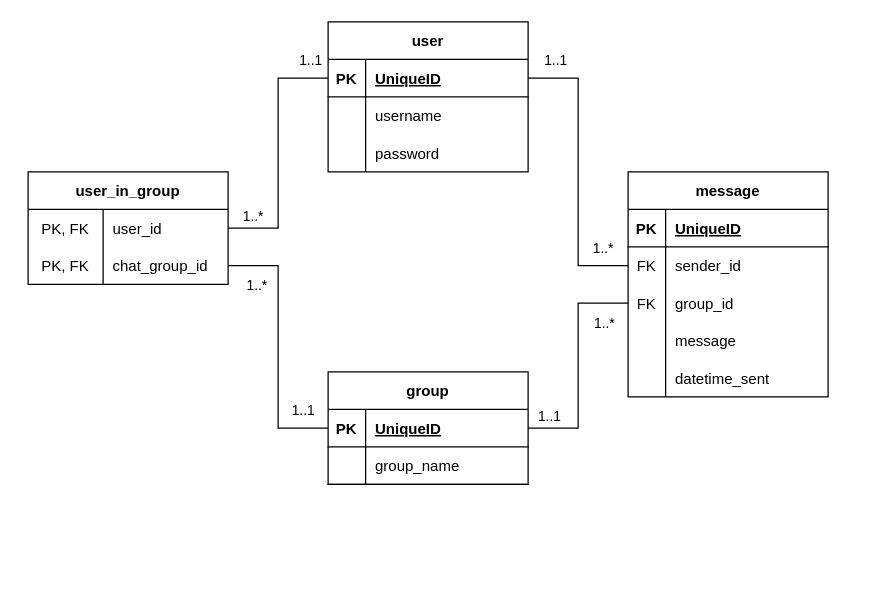
Earlier version of the draw.io diagram diagrams/databaseDiagram.drawio (kristiania-pgr209-2022/pg209exam-nime003). Source tidied: cells renumbered, new cells numbered last; positions are measured from the earlier drawing's top-left corner, leaving out a move shared by most shapes. Both pictures are drawn from the tidied source at 125%, with x=0, y=0 at pixel (28, 21).
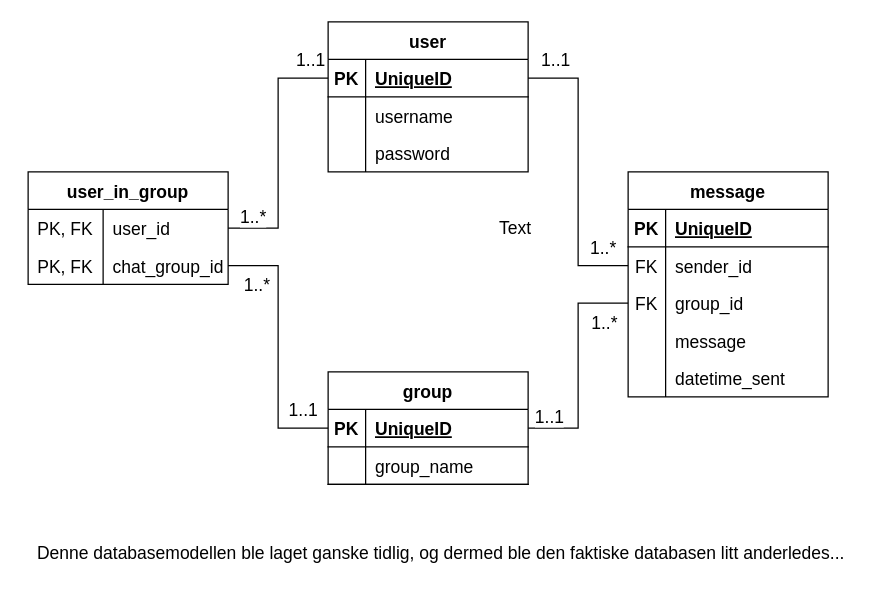
The same page after the edit.

Change to the diagram source:
```diff
@@
-    <mxCell id="2" value="user" style="shape=table;startSize=30;childLayout=tableLayout;rowLines=0;fontStyle=1;align=center;" parent="1" vertex="1">
+    <mxCell id="2" value="user" style="shape=table;startSize=30;childLayout=tableLayout;rowLines=0;fontStyle=1;align=center;fontSize=14;" parent="1" vertex="1">
       <mxGeometry x="240" width="160" height="120" as="geometry" />
     </mxCell>
-    <mxCell id="3" style="shape=tableRow;horizontal=0;startSize=0;swimlaneHead=0;swimlaneBody=0;fillColor=none;points=[[0,0.5],[1,0.5]];portConstraint=eastwest;top=0;left=0;right=0;bottom=1;" parent="2" vertex="1">
+    <mxCell id="3" style="shape=tableRow;horizontal=0;startSize=0;swimlaneHead=0;swimlaneBody=0;fillColor=none;points=[[0,0.5],[1,0.5]];portConstraint=eastwest;top=0;left=0;right=0;bottom=1;fontSize=14;" parent="2" vertex="1">
       <mxGeometry y="30" width="160" height="30" as="geometry" />
     </mxCell>
-    <mxCell id="4" value="PK" style="shape=partialRectangle;fillColor=none;top=0;left=0;bottom=0;right=0;fontStyle=1;overflow=hidden;" parent="3" vertex="1">
+    <mxCell id="4" value="PK" style="shape=partialRectangle;fillColor=none;top=0;left=0;bottom=0;right=0;fontStyle=1;overflow=hidden;fontSize=14;" parent="3" vertex="1">
       <mxGeometry width="30" height="30" as="geometry" />
     </mxCell>
-    <mxCell id="5" value="UniqueID" style="shape=partialRectangle;fillColor=none;top=0;left=0;bottom=0;right=0;align=left;spacingLeft=6;fontStyle=5;overflow=hidden;" parent="3" vertex="1">
+    <mxCell id="5" value="UniqueID" style="shape=partialRectangle;fillColor=none;top=0;left=0;bottom=0;right=0;align=left;spacingLeft=6;fontStyle=5;overflow=hidden;fontSize=14;" parent="3" vertex="1">
       <mxGeometry x="30" width="130" height="30" as="geometry" />
     </mxCell>
-    <mxCell id="6" style="shape=tableRow;horizontal=0;startSize=0;swimlaneHead=0;swimlaneBody=0;fillColor=none;top=0;left=0;right=0;bottom=0;" parent="2" vertex="1">
+    <mxCell id="6" style="shape=tableRow;horizontal=0;startSize=0;swimlaneHead=0;swimlaneBody=0;fillColor=none;top=0;left=0;right=0;bottom=0;fontSize=14;" parent="2" vertex="1">
       <mxGeometry y="60" width="160" height="30" as="geometry" />
     </mxCell>
-    <mxCell id="7" style="shape=partialRectangle;fillColor=none;top=0;left=0;bottom=0;right=0;overflow=hidden;" parent="6" vertex="1">
+    <mxCell id="7" style="shape=partialRectangle;fillColor=none;top=0;left=0;bottom=0;right=0;overflow=hidden;fontSize=14;" parent="6" vertex="1">
       <mxGeometry width="30" height="30" as="geometry" />
     </mxCell>
-    <mxCell id="8" value="username" style="shape=partialRectangle;fillColor=none;top=0;left=0;bottom=0;right=0;align=left;spacingLeft=6;overflow=hidden;" parent="6" vertex="1">
+    <mxCell id="8" value="username" style="shape=partialRectangle;fillColor=none;top=0;left=0;bottom=0;right=0;align=left;spacingLeft=6;overflow=hidden;fontSize=14;" parent="6" vertex="1">
       <mxGeometry x="30" width="130" height="30" as="geometry" />
     </mxCell>
-    <mxCell id="9" style="shape=tableRow;horizontal=0;startSize=0;swimlaneHead=0;swimlaneBody=0;fillColor=none;top=0;left=0;right=0;bottom=0;" parent="2" vertex="1">
+    <mxCell id="9" style="shape=tableRow;horizontal=0;startSize=0;swimlaneHead=0;swimlaneBody=0;fillColor=none;top=0;left=0;right=0;bottom=0;fontSize=14;" parent="2" vertex="1">
       <mxGeometry y="90" width="160" height="30" as="geometry" />
     </mxCell>
-    <mxCell id="10" style="shape=partialRectangle;fillColor=none;top=0;left=0;bottom=0;right=0;overflow=hidden;" parent="9" vertex="1">
+    <mxCell id="10" style="shape=partialRectangle;fillColor=none;top=0;left=0;bottom=0;right=0;overflow=hidden;fontSize=14;" parent="9" vertex="1">
       <mxGeometry width="30" height="30" as="geometry" />
     </mxCell>
-    <mxCell id="11" value="password" style="shape=partialRectangle;fillColor=none;top=0;left=0;bottom=0;right=0;align=left;spacingLeft=6;overflow=hidden;" parent="9" vertex="1">
+    <mxCell id="11" value="password" style="shape=partialRectangle;fillColor=none;top=0;left=0;bottom=0;right=0;align=left;spacingLeft=6;overflow=hidden;fontSize=14;" parent="9" vertex="1">
       <mxGeometry x="30" width="130" height="30" as="geometry" />
     </mxCell>
-    <mxCell id="12" style="edgeStyle=elbowEdgeStyle;rounded=0;jettySize=auto;html=1;entryX=0;entryY=0.5;entryDx=0;entryDy=0;endArrow=none;endFill=0;exitX=1;exitY=0.5;exitDx=0;exitDy=0;" parent="1" edge="1" source="16" target="29">
+    <mxCell id="12" style="edgeStyle=elbowEdgeStyle;rounded=0;jettySize=auto;html=1;entryX=0;entryY=0.5;entryDx=0;entryDy=0;endArrow=none;endFill=0;exitX=1;exitY=0.5;exitDx=0;exitDy=0;fontSize=14;" parent="1" edge="1" source="16" target="29">
       <mxGeometry relative="1" as="geometry">
         <Array as="points">
           <mxPoint x="440" y="310" />
         </Array>
       </mxGeometry>
     </mxCell>
-    <mxCell id="13" value="1..*" style="edgeLabel;html=1;align=center;verticalAlign=middle;" parent="12" vertex="1">
+    <mxCell id="13" value="1..*" style="edgeLabel;html=1;align=center;verticalAlign=middle;fontSize=14;" parent="12" vertex="1">
       <mxGeometry x="0.7" relative="1" as="geometry">
         <mxPoint x="7" y="15" as="offset" />
       </mxGeometry>
     </mxCell>
-    <mxCell id="14" value="1..1" style="edgeLabel;html=1;align=center;verticalAlign=middle;" parent="12" vertex="1">
+    <mxCell id="14" value="1..1" style="edgeLabel;html=1;align=center;verticalAlign=middle;fontSize=14;" parent="12" vertex="1">
       <mxGeometry x="-0.82" y="1" relative="1" as="geometry">
         <mxPoint y="-9" as="offset" />
       </mxGeometry>
     </mxCell>
-    <mxCell id="15" value="group" style="shape=table;startSize=30;childLayout=tableLayout;rowLines=0;fontStyle=1;align=center;" parent="1" vertex="1">
+    <mxCell id="15" value="group" style="shape=table;startSize=30;childLayout=tableLayout;rowLines=0;fontStyle=1;align=center;fontSize=14;" parent="1" vertex="1">
       <mxGeometry x="240" y="280" width="160" height="90" as="geometry" />
     </mxCell>
-    <mxCell id="16" style="shape=tableRow;horizontal=0;startSize=0;swimlaneHead=0;swimlaneBody=0;fillColor=none;points=[[0,0.5],[1,0.5]];portConstraint=eastwest;top=0;left=0;right=0;bottom=1;" parent="15" vertex="1">
+    <mxCell id="16" style="shape=tableRow;horizontal=0;startSize=0;swimlaneHead=0;swimlaneBody=0;fillColor=none;points=[[0,0.5],[1,0.5]];portConstraint=eastwest;top=0;left=0;right=0;bottom=1;fontSize=14;" parent="15" vertex="1">
       <mxGeometry y="30" width="160" height="30" as="geometry" />
     </mxCell>
-    <mxCell id="17" value="PK" style="shape=partialRectangle;fillColor=none;top=0;left=0;bottom=0;right=0;fontStyle=1;overflow=hidden;" parent="16" vertex="1">
+    <mxCell id="17" value="PK" style="shape=partialRectangle;fillColor=none;top=0;left=0;bottom=0;right=0;fontStyle=1;overflow=hidden;fontSize=14;" parent="16" vertex="1">
       <mxGeometry width="30" height="30" as="geometry" />
     </mxCell>
-    <mxCell id="18" value="UniqueID" style="shape=partialRectangle;fillColor=none;top=0;left=0;bottom=0;right=0;align=left;spacingLeft=6;fontStyle=5;overflow=hidden;" parent="16" vertex="1">
+    <mxCell id="18" value="UniqueID" style="shape=partialRectangle;fillColor=none;top=0;left=0;bottom=0;right=0;align=left;spacingLeft=6;fontStyle=5;overflow=hidden;fontSize=14;" parent="16" vertex="1">
       <mxGeometry x="30" width="130" height="30" as="geometry" />
     </mxCell>
-    <mxCell id="19" style="shape=tableRow;horizontal=0;startSize=0;swimlaneHead=0;swimlaneBody=0;fillColor=none;top=0;left=0;right=0;bottom=1;" parent="15" vertex="1">
+    <mxCell id="19" style="shape=tableRow;horizontal=0;startSize=0;swimlaneHead=0;swimlaneBody=0;fillColor=none;top=0;left=0;right=0;bottom=1;fontSize=14;" parent="15" vertex="1">
       <mxGeometry y="60" width="160" height="30" as="geometry" />
     </mxCell>
-    <mxCell id="20" style="shape=partialRectangle;fillColor=none;top=0;left=0;bottom=0;right=0;fontStyle=1;overflow=hidden;" parent="19" vertex="1">
+    <mxCell id="20" style="shape=partialRectangle;fillColor=none;top=0;left=0;bottom=0;right=0;fontStyle=1;overflow=hidden;fontSize=14;" parent="19" vertex="1">
       <mxGeometry width="30" height="30" as="geometry" />
     </mxCell>
-    <mxCell id="21" value="group_name" style="shape=partialRectangle;fillColor=none;top=0;left=0;bottom=0;right=0;align=left;spacingLeft=6;fontStyle=0;overflow=hidden;" parent="19" vertex="1">
+    <mxCell id="21" value="group_name" style="shape=partialRectangle;fillColor=none;top=0;left=0;bottom=0;right=0;align=left;spacingLeft=6;fontStyle=0;overflow=hidden;fontSize=14;" parent="19" vertex="1">
       <mxGeometry x="30" width="130" height="30" as="geometry" />
     </mxCell>
-    <mxCell id="22" value="message" style="shape=table;startSize=30;childLayout=tableLayout;rowLines=0;fontStyle=1;align=center;" parent="1" vertex="1">
+    <mxCell id="22" value="message" style="shape=table;startSize=30;childLayout=tableLayout;rowLines=0;fontStyle=1;align=center;fontSize=14;" parent="1" vertex="1">
       <mxGeometry x="480" y="120" width="160" height="180" as="geometry" />
     </mxCell>
-    <mxCell id="23" style="shape=tableRow;horizontal=0;startSize=0;swimlaneHead=0;swimlaneBody=0;fillColor=none;top=0;left=0;right=0;bottom=1;" parent="22" vertex="1">
+    <mxCell id="23" style="shape=tableRow;horizontal=0;startSize=0;swimlaneHead=0;swimlaneBody=0;fillColor=none;top=0;left=0;right=0;bottom=1;fontSize=14;" parent="22" vertex="1">
       <mxGeometry y="30" width="160" height="30" as="geometry" />
     </mxCell>
-    <mxCell id="24" value="PK" style="shape=partialRectangle;fillColor=none;top=0;left=0;bottom=0;right=0;fontStyle=1;overflow=hidden;" parent="23" vertex="1">
+    <mxCell id="24" value="PK" style="shape=partialRectangle;fillColor=none;top=0;left=0;bottom=0;right=0;fontStyle=1;overflow=hidden;fontSize=14;" parent="23" vertex="1">
       <mxGeometry width="30" height="30" as="geometry" />
     </mxCell>
-    <mxCell id="25" value="UniqueID" style="shape=partialRectangle;fillColor=none;top=0;left=0;bottom=0;right=0;align=left;spacingLeft=6;fontStyle=5;overflow=hidden;" parent="23" vertex="1">
+    <mxCell id="25" value="UniqueID" style="shape=partialRectangle;fillColor=none;top=0;left=0;bottom=0;right=0;align=left;spacingLeft=6;fontStyle=5;overflow=hidden;fontSize=14;" parent="23" vertex="1">
       <mxGeometry x="30" width="130" height="30" as="geometry" />
     </mxCell>
-    <mxCell id="26" style="shape=tableRow;horizontal=0;startSize=0;swimlaneHead=0;swimlaneBody=0;fillColor=none;points=[[0,0.5],[1,0.5]];portConstraint=eastwest;top=0;left=0;right=0;bottom=0;" parent="22" vertex="1">
+    <mxCell id="26" style="shape=tableRow;horizontal=0;startSize=0;swimlaneHead=0;swimlaneBody=0;fillColor=none;points=[[0,0.5],[1,0.5]];portConstraint=eastwest;top=0;left=0;right=0;bottom=0;fontSize=14;" parent="22" vertex="1">
       <mxGeometry y="60" width="160" height="30" as="geometry" />
     </mxCell>
-    <mxCell id="27" value="FK" style="shape=partialRectangle;fillColor=none;top=0;left=0;bottom=0;right=0;overflow=hidden;" parent="26" vertex="1">
+    <mxCell id="27" value="FK" style="shape=partialRectangle;fillColor=none;top=0;left=0;bottom=0;right=0;overflow=hidden;fontSize=14;" parent="26" vertex="1">
       <mxGeometry width="30" height="30" as="geometry" />
     </mxCell>
-    <mxCell id="28" value="sender_id" style="shape=partialRectangle;fillColor=none;top=0;left=0;bottom=0;right=0;align=left;spacingLeft=6;overflow=hidden;" parent="26" vertex="1">
+    <mxCell id="28" value="sender_id" style="shape=partialRectangle;fillColor=none;top=0;left=0;bottom=0;right=0;align=left;spacingLeft=6;overflow=hidden;fontSize=14;" parent="26" vertex="1">
       <mxGeometry x="30" width="130" height="30" as="geometry" />
     </mxCell>
-    <mxCell id="29" style="shape=tableRow;horizontal=0;startSize=0;swimlaneHead=0;swimlaneBody=0;fillColor=none;points=[[0,0.5],[1,0.5]];portConstraint=eastwest;top=0;left=0;right=0;bottom=0;" parent="22" vertex="1">
+    <mxCell id="29" style="shape=tableRow;horizontal=0;startSize=0;swimlaneHead=0;swimlaneBody=0;fillColor=none;points=[[0,0.5],[1,0.5]];portConstraint=eastwest;top=0;left=0;right=0;bottom=0;fontSize=14;" parent="22" vertex="1">
       <mxGeometry y="90" width="160" height="30" as="geometry" />
     </mxCell>
-    <mxCell id="30" value="FK" style="shape=partialRectangle;fillColor=none;top=0;left=0;bottom=0;right=0;overflow=hidden;" parent="29" vertex="1">
+    <mxCell id="30" value="FK" style="shape=partialRectangle;fillColor=none;top=0;left=0;bottom=0;right=0;overflow=hidden;fontSize=14;" parent="29" vertex="1">
       <mxGeometry width="30" height="30" as="geometry" />
     </mxCell>
-    <mxCell id="31" value="group_id" style="shape=partialRectangle;fillColor=none;top=0;left=0;bottom=0;right=0;align=left;spacingLeft=6;overflow=hidden;" parent="29" vertex="1">
+    <mxCell id="31" value="group_id" style="shape=partialRectangle;fillColor=none;top=0;left=0;bottom=0;right=0;align=left;spacingLeft=6;overflow=hidden;fontSize=14;" parent="29" vertex="1">
       <mxGeometry x="30" width="130" height="30" as="geometry" />
     </mxCell>
-    <mxCell id="32" style="shape=tableRow;horizontal=0;startSize=0;swimlaneHead=0;swimlaneBody=0;fillColor=none;top=0;left=0;right=0;bottom=0;" parent="22" vertex="1">
+    <mxCell id="32" style="shape=tableRow;horizontal=0;startSize=0;swimlaneHead=0;swimlaneBody=0;fillColor=none;top=0;left=0;right=0;bottom=0;fontSize=14;" parent="22" vertex="1">
       <mxGeometry y="120" width="160" height="30" as="geometry" />
     </mxCell>
-    <mxCell id="33" style="shape=partialRectangle;fillColor=none;top=0;left=0;bottom=0;right=0;overflow=hidden;" parent="32" vertex="1">
+    <mxCell id="33" style="shape=partialRectangle;fillColor=none;top=0;left=0;bottom=0;right=0;overflow=hidden;fontSize=14;" parent="32" vertex="1">
       <mxGeometry width="30" height="30" as="geometry" />
     </mxCell>
-    <mxCell id="34" value="message" style="shape=partialRectangle;fillColor=none;top=0;left=0;bottom=0;right=0;align=left;spacingLeft=6;overflow=hidden;" parent="32" vertex="1">
+    <mxCell id="34" value="message" style="shape=partialRectangle;fillColor=none;top=0;left=0;bottom=0;right=0;align=left;spacingLeft=6;overflow=hidden;fontSize=14;" parent="32" vertex="1">
       <mxGeometry x="30" width="130" height="30" as="geometry" />
     </mxCell>
-    <mxCell id="35" style="shape=tableRow;horizontal=0;startSize=0;swimlaneHead=0;swimlaneBody=0;fillColor=none;top=0;left=0;right=0;bottom=0;" parent="22" vertex="1">
+    <mxCell id="35" style="shape=tableRow;horizontal=0;startSize=0;swimlaneHead=0;swimlaneBody=0;fillColor=none;top=0;left=0;right=0;bottom=0;fontSize=14;" parent="22" vertex="1">
       <mxGeometry y="150" width="160" height="30" as="geometry" />
     </mxCell>
-    <mxCell id="36" style="shape=partialRectangle;fillColor=none;top=0;left=0;bottom=0;right=0;overflow=hidden;" parent="35" vertex="1">
+    <mxCell id="36" style="shape=partialRectangle;fillColor=none;top=0;left=0;bottom=0;right=0;overflow=hidden;fontSize=14;" parent="35" vertex="1">
       <mxGeometry width="30" height="30" as="geometry" />
     </mxCell>
-    <mxCell id="37" value="datetime_sent" style="shape=partialRectangle;fillColor=none;top=0;left=0;bottom=0;right=0;align=left;spacingLeft=6;overflow=hidden;" parent="35" vertex="1">
+    <mxCell id="37" value="datetime_sent" style="shape=partialRectangle;fillColor=none;top=0;left=0;bottom=0;right=0;align=left;spacingLeft=6;overflow=hidden;fontSize=14;" parent="35" vertex="1">
       <mxGeometry x="30" width="130" height="30" as="geometry" />
     </mxCell>
-    <mxCell id="38" value="user_in_group" style="shape=table;startSize=30;childLayout=tableLayout;rowLines=0;fontStyle=1;align=center;" parent="1" vertex="1">
+    <mxCell id="38" value="user_in_group" style="shape=table;startSize=30;childLayout=tableLayout;rowLines=0;fontStyle=1;align=center;fontSize=14;" parent="1" vertex="1">
       <mxGeometry y="120" width="160" height="90" as="geometry" />
     </mxCell>
-    <mxCell id="39" style="shape=tableRow;horizontal=0;startSize=0;swimlaneHead=0;swimlaneBody=0;fillColor=none;points=[[0,0.5],[1,0.5]];portConstraint=eastwest;top=0;left=0;right=0;bottom=0;" parent="38" vertex="1">
+    <mxCell id="39" style="shape=tableRow;horizontal=0;startSize=0;swimlaneHead=0;swimlaneBody=0;fillColor=none;points=[[0,0.5],[1,0.5]];portConstraint=eastwest;top=0;left=0;right=0;bottom=0;fontSize=14;" parent="38" vertex="1">
       <mxGeometry y="30" width="160" height="30" as="geometry" />
     </mxCell>
-    <mxCell id="40" value="PK, FK" style="shape=partialRectangle;fillColor=none;top=0;left=0;bottom=0;right=0;overflow=hidden;" parent="39" vertex="1">
+    <mxCell id="40" value="PK, FK" style="shape=partialRectangle;fillColor=none;top=0;left=0;bottom=0;right=0;overflow=hidden;fontSize=14;" parent="39" vertex="1">
       <mxGeometry width="60" height="30" as="geometry" />
     </mxCell>
-    <mxCell id="41" value="user_id" style="shape=partialRectangle;fillColor=none;top=0;left=0;bottom=0;right=0;align=left;spacingLeft=6;overflow=hidden;" parent="39" vertex="1">
+    <mxCell id="41" value="user_id" style="shape=partialRectangle;fillColor=none;top=0;left=0;bottom=0;right=0;align=left;spacingLeft=6;overflow=hidden;fontSize=14;" parent="39" vertex="1">
       <mxGeometry x="60" width="100" height="30" as="geometry" />
     </mxCell>
-    <mxCell id="42" style="shape=tableRow;horizontal=0;startSize=0;swimlaneHead=0;swimlaneBody=0;fillColor=none;points=[[0,0.5],[1,0.5]];portConstraint=eastwest;top=0;left=0;right=0;bottom=0;" parent="38" vertex="1">
+    <mxCell id="42" style="shape=tableRow;horizontal=0;startSize=0;swimlaneHead=0;swimlaneBody=0;fillColor=none;points=[[0,0.5],[1,0.5]];portConstraint=eastwest;top=0;left=0;right=0;bottom=0;fontSize=14;" parent="38" vertex="1">
       <mxGeometry y="60" width="160" height="30" as="geometry" />
     </mxCell>
-    <mxCell id="43" value="PK, FK" style="shape=partialRectangle;fillColor=none;top=0;left=0;bottom=0;right=0;overflow=hidden;" parent="42" vertex="1">
+    <mxCell id="43" value="PK, FK" style="shape=partialRectangle;fillColor=none;top=0;left=0;bottom=0;right=0;overflow=hidden;fontSize=14;" parent="42" vertex="1">
       <mxGeometry width="60" height="30" as="geometry" />
     </mxCell>
-    <mxCell id="44" value="chat_group_id" style="shape=partialRectangle;fillColor=none;top=0;left=0;bottom=0;right=0;align=left;spacingLeft=6;overflow=hidden;" parent="42" vertex="1">
+    <mxCell id="44" value="chat_group_id" style="shape=partialRectangle;fillColor=none;top=0;left=0;bottom=0;right=0;align=left;spacingLeft=6;overflow=hidden;fontSize=14;" parent="42" vertex="1">
       <mxGeometry x="60" width="100" height="30" as="geometry" />
     </mxCell>
-    <mxCell id="45" style="edgeStyle=elbowEdgeStyle;rounded=0;jettySize=auto;html=1;exitX=0;exitY=0.5;exitDx=0;exitDy=0;entryX=1;entryY=0.5;entryDx=0;entryDy=0;endArrow=none;endFill=0;" parent="1" edge="1" source="3" target="39">
+    <mxCell id="45" style="edgeStyle=elbowEdgeStyle;rounded=0;jettySize=auto;html=1;exitX=0;exitY=0.5;exitDx=0;exitDy=0;entryX=1;entryY=0.5;entryDx=0;entryDy=0;endArrow=none;endFill=0;fontSize=14;" parent="1" edge="1" source="3" target="39">
       <mxGeometry relative="1" as="geometry">
         <Array as="points">
           <mxPoint x="200" y="110" />
           <mxPoint x="150" y="90" />
           <mxPoint x="120" y="95" />
         </Array>
       </mxGeometry>
     </mxCell>
-    <mxCell id="46" value="1..*" style="edgeLabel;html=1;align=center;verticalAlign=middle;" parent="45" vertex="1">
+    <mxCell id="46" value="1..*" style="edgeLabel;html=1;align=center;verticalAlign=middle;fontSize=14;" parent="45" vertex="1">
       <mxGeometry x="0.88" y="-1" relative="1" as="geometry">
         <mxPoint x="7" y="-9" as="offset" />
       </mxGeometry>
     </mxCell>
-    <mxCell id="47" value="1..1" style="edgeLabel;html=1;align=center;verticalAlign=middle;" parent="45" vertex="1">
+    <mxCell id="47" value="1..1" style="edgeLabel;html=1;align=center;verticalAlign=middle;fontSize=14;" parent="45" vertex="1">
       <mxGeometry x="-0.85" relative="1" as="geometry">
         <mxPoint y="-15" as="offset" />
       </mxGeometry>
     </mxCell>
-    <mxCell id="48" style="edgeStyle=elbowEdgeStyle;rounded=0;jettySize=auto;html=1;endArrow=none;endFill=0;exitX=0;exitY=0.5;exitDx=0;exitDy=0;entryX=1;entryY=0.5;entryDx=0;entryDy=0;" parent="1" edge="1" source="16" target="42">
+    <mxCell id="48" style="edgeStyle=elbowEdgeStyle;rounded=0;jettySize=auto;html=1;endArrow=none;endFill=0;exitX=0;exitY=0.5;exitDx=0;exitDy=0;entryX=1;entryY=0.5;entryDx=0;entryDy=0;fontSize=14;" parent="1" edge="1" source="16" target="42">
       <mxGeometry relative="1" as="geometry">
         <Array as="points">
           <mxPoint x="200" y="270" />
         </Array>
       </mxGeometry>
     </mxCell>
-    <mxCell id="49" value="1..*" style="edgeLabel;html=1;align=center;verticalAlign=middle;" parent="48" vertex="1">
+    <mxCell id="49" value="1..*" style="edgeLabel;html=1;align=center;verticalAlign=middle;fontSize=14;" parent="48" vertex="1">
       <mxGeometry x="0.79" y="1" relative="1" as="geometry">
         <mxPoint y="14" as="offset" />
       </mxGeometry>
     </mxCell>
-    <mxCell id="50" value="1..1" style="edgeLabel;html=1;align=center;verticalAlign=middle;" parent="48" vertex="1">
+    <mxCell id="50" value="1..1" style="edgeLabel;html=1;align=center;verticalAlign=middle;fontSize=14;" parent="48" vertex="1">
       <mxGeometry x="-0.78" y="-2" relative="1" as="geometry">
         <mxPoint x="2" y="-13" as="offset" />
       </mxGeometry>
     </mxCell>
-    <mxCell id="51" style="edgeStyle=elbowEdgeStyle;rounded=0;jettySize=auto;html=1;exitX=1;exitY=0.5;exitDx=0;exitDy=0;entryX=0;entryY=0.5;entryDx=0;entryDy=0;endArrow=none;endFill=0;" parent="1" edge="1" source="3" target="26">
+    <mxCell id="51" style="edgeStyle=elbowEdgeStyle;rounded=0;jettySize=auto;html=1;exitX=1;exitY=0.5;exitDx=0;exitDy=0;entryX=0;entryY=0.5;entryDx=0;entryDy=0;endArrow=none;endFill=0;fontSize=14;" parent="1" edge="1" source="3" target="26">
       <mxGeometry relative="1" as="geometry" />
     </mxCell>
-    <mxCell id="52" value="1..1" style="edgeLabel;html=1;align=center;verticalAlign=middle;" parent="51" vertex="1">
+    <mxCell id="52" value="1..1" style="edgeLabel;html=1;align=center;verticalAlign=middle;fontSize=14;" parent="51" vertex="1">
       <mxGeometry x="-0.89" y="-1" relative="1" as="geometry">
         <mxPoint x="8" y="-16" as="offset" />
       </mxGeometry>
     </mxCell>
-    <mxCell id="53" value="1..*" style="edgeLabel;html=1;align=center;verticalAlign=middle;" parent="51" vertex="1">
+    <mxCell id="53" value="1..*" style="edgeLabel;html=1;align=center;verticalAlign=middle;fontSize=14;" parent="51" vertex="1">
       <mxGeometry x="0.76" y="1" relative="1" as="geometry">
         <mxPoint x="7" y="-14" as="offset" />
       </mxGeometry>
     </mxCell>
-    <mxCell id="54" style="edgeStyle=elbowEdgeStyle;rounded=0;orthogonalLoop=1;jettySize=auto;html=1;exitX=0.25;exitY=0;exitDx=0;exitDy=0;endArrow=none;endFill=0;" parent="1" edge="1" source="2" target="2">
+    <mxCell id="54" style="edgeStyle=elbowEdgeStyle;rounded=0;orthogonalLoop=1;jettySize=auto;html=1;exitX=0.25;exitY=0;exitDx=0;exitDy=0;endArrow=none;endFill=0;fontSize=14;" parent="1" edge="1" source="2" target="2">
       <mxGeometry relative="1" as="geometry" />
     </mxCell>
+    <mxCell id="55" value="Text" style="text;html=1;strokeColor=none;fillColor=none;align=center;verticalAlign=middle;whiteSpace=wrap;rounded=0;fontSize=14;" parent="1" vertex="1">
+      <mxGeometry x="360" y="150" width="60" height="30" as="geometry" />
+    </mxCell>
+    <mxCell id="56" value="Denne databasemodellen ble laget ganske tidlig, og dermed ble den faktiske databasen litt anderledes..." style="text;html=1;align=center;verticalAlign=middle;strokeColor=none;fillColor=none;fontSize=14;" parent="1" vertex="1">
+      <mxGeometry x="-5" y="410" width="670" height="30" as="geometry" />
+    </mxCell>
```
